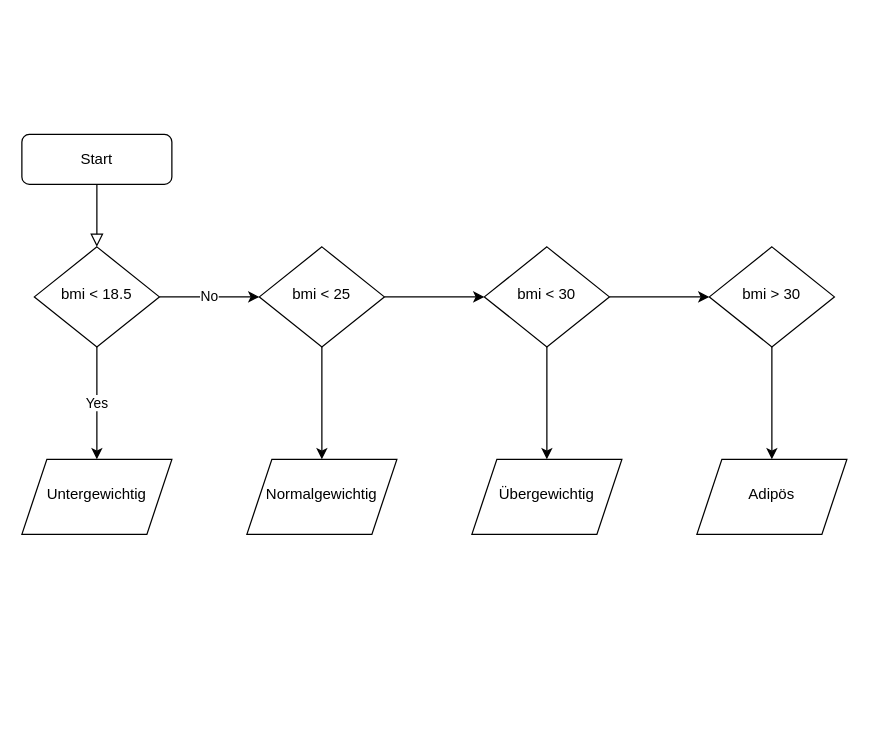
masp2004/pythonProject keeps this draw.io diagram as Unbenanntes Diagramm.drawio. Above is the earlier version. Source tidied: cells renumbered, new cells numbered last; positions are measured from the earlier drawing's top-left corner, leaving out a move shared by most shapes. Both pictures are drawn from the tidied source at 125%, with x=0, y=0 at pixel (21, 134).
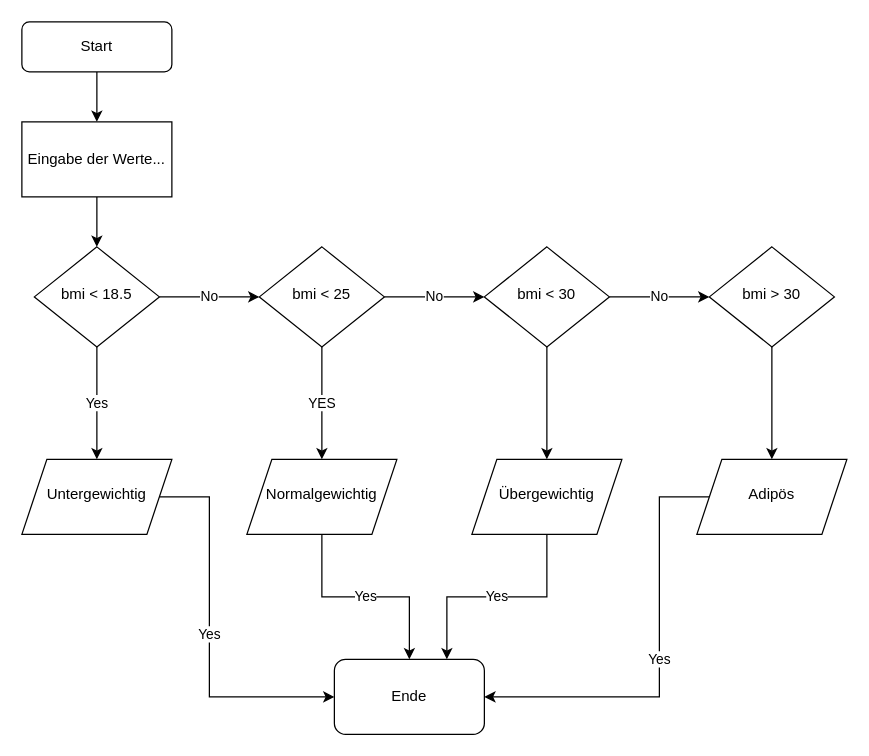
The same page after the edit.

The change refers to these unchanged cells:
```xml
<mxCell id="6" value="bmi &amp;lt; 18.5" style="rhombus;whiteSpace=wrap;html=1;shadow=0;fontFamily=Helvetica;fontSize=12;align=center;strokeWidth=1;spacing=6;spacingTop=-4;" parent="1" vertex="1">
  <mxGeometry x="10" y="90" width="100" height="80" as="geometry" />
</mxCell>
<mxCell id="9" value="bmi &amp;lt; 25" style="rhombus;whiteSpace=wrap;html=1;shadow=0;fontFamily=Helvetica;fontSize=12;align=center;strokeWidth=1;spacing=6;spacingTop=-4;" parent="1" vertex="1">
  <mxGeometry x="190" y="90" width="100" height="80" as="geometry" />
</mxCell>
<mxCell id="10" value="Untergewichtig" style="shape=parallelogram;perimeter=parallelogramPerimeter;whiteSpace=wrap;html=1;fixedSize=1;shadow=0;strokeWidth=1;spacing=6;spacingTop=-4;" parent="1" vertex="1">
  <mxGeometry y="260" width="120" height="60" as="geometry" />
</mxCell>
<mxCell id="11" value="Normalgewichtig" style="shape=parallelogram;perimeter=parallelogramPerimeter;whiteSpace=wrap;html=1;fixedSize=1;shadow=0;strokeWidth=1;spacing=6;spacingTop=-4;" parent="1" vertex="1">
  <mxGeometry x="180" y="260" width="120" height="60" as="geometry" />
</mxCell>
<mxCell id="14" value="bmi &amp;lt; 30" style="rhombus;whiteSpace=wrap;html=1;shadow=0;fontFamily=Helvetica;fontSize=12;align=center;strokeWidth=1;spacing=6;spacingTop=-4;" parent="1" vertex="1">
  <mxGeometry x="370" y="90" width="100" height="80" as="geometry" />
</mxCell>
<mxCell id="15" value="Übergewichtig" style="shape=parallelogram;perimeter=parallelogramPerimeter;whiteSpace=wrap;html=1;fixedSize=1;shadow=0;strokeWidth=1;spacing=6;spacingTop=-4;" parent="1" vertex="1">
  <mxGeometry x="360" y="260" width="120" height="60" as="geometry" />
</mxCell>
<mxCell id="17" value="bmi &amp;gt; 30" style="rhombus;whiteSpace=wrap;html=1;shadow=0;fontFamily=Helvetica;fontSize=12;align=center;strokeWidth=1;spacing=6;spacingTop=-4;" parent="1" vertex="1">
  <mxGeometry x="550" y="90" width="100" height="80" as="geometry" />
</mxCell>
<mxCell id="18" value="Adipös" style="shape=parallelogram;perimeter=parallelogramPerimeter;whiteSpace=wrap;html=1;fixedSize=1;shadow=0;strokeWidth=1;spacing=6;spacingTop=-4;" parent="1" vertex="1">
  <mxGeometry x="540" y="260" width="120" height="60" as="geometry" />
</mxCell>
```

Change to the diagram source:
```diff
@@
-    <mxCell id="2" style="rounded=0;html=1;jettySize=auto;fontSize=11;endArrow=block;endFill=0;endSize=8;strokeWidth=1;shadow=0;labelBackgroundColor=none;edgeStyle=orthogonalEdgeStyle;" parent="1" edge="1" source="3" target="6">
-      <mxGeometry relative="1" as="geometry" />
-    </mxCell>
+    <mxCell id="19" style="edgeStyle=orthogonalEdgeStyle;rounded=0;jettySize=auto;html=1;" parent="1" edge="1" source="3" target="25">
+      <mxGeometry relative="1" as="geometry" />
+    </mxCell>
     <mxCell id="3" value="Start" style="rounded=1;whiteSpace=wrap;html=1;fontSize=12;glass=0;strokeWidth=1;shadow=0;" parent="1" vertex="1">
-      <mxGeometry width="120" height="40" as="geometry" />
+      <mxGeometry y="-90" width="120" height="40" as="geometry" />
     </mxCell>
@@
-    <mxCell id="7" style="edgeStyle=orthogonalEdgeStyle;rounded=0;jettySize=auto;html=1;" parent="1" edge="1" source="9" target="11">
+    <mxCell id="7" value="YES" style="edgeStyle=orthogonalEdgeStyle;rounded=0;jettySize=auto;html=1;" parent="1" edge="1" source="9" target="11">
       <mxGeometry relative="1" as="geometry" />
     </mxCell>
-    <mxCell id="8" style="edgeStyle=orthogonalEdgeStyle;rounded=0;jettySize=auto;html=1;" parent="1" edge="1" source="9" target="14">
+    <mxCell id="8" value="No" style="edgeStyle=orthogonalEdgeStyle;rounded=0;jettySize=auto;html=1;" parent="1" edge="1" source="9" target="14">
       <mxGeometry relative="1" as="geometry" />
     </mxCell>
@@
+    <mxCell id="20" value="Yes" style="edgeStyle=orthogonalEdgeStyle;rounded=0;jettySize=auto;html=1;entryX=0;entryY=0.5;entryDx=0;entryDy=0;" parent="1" edge="1" source="10" target="26">
+      <mxGeometry relative="1" as="geometry">
+        <Array as="points">
+          <mxPoint x="150" y="290" />
+          <mxPoint x="150" y="450" />
+        </Array>
+      </mxGeometry>
+    </mxCell>
@@
+    <mxCell id="21" value="Yes" style="edgeStyle=orthogonalEdgeStyle;rounded=0;jettySize=auto;html=1;" parent="1" edge="1" source="11" target="26">
+      <mxGeometry relative="1" as="geometry" />
+    </mxCell>
@@
-    <mxCell id="13" style="edgeStyle=orthogonalEdgeStyle;rounded=0;jettySize=auto;html=1;" parent="1" edge="1" source="14" target="17">
+    <mxCell id="13" value="No" style="edgeStyle=orthogonalEdgeStyle;rounded=0;jettySize=auto;html=1;" parent="1" edge="1" source="14" target="17">
       <mxGeometry relative="1" as="geometry" />
     </mxCell>
@@
+    <mxCell id="22" value="Yes" style="edgeStyle=orthogonalEdgeStyle;rounded=0;jettySize=auto;html=1;entryX=0.75;entryY=0;entryDx=0;entryDy=0;" parent="1" edge="1" source="15" target="26">
+      <mxGeometry relative="1" as="geometry" />
+    </mxCell>
@@
+    <mxCell id="23" value="Yes" style="edgeStyle=orthogonalEdgeStyle;rounded=0;jettySize=auto;html=1;entryX=1;entryY=0.5;entryDx=0;entryDy=0;" parent="1" edge="1" source="18" target="26">
+      <mxGeometry relative="1" as="geometry">
+        <Array as="points">
+          <mxPoint x="510" y="290" />
+          <mxPoint x="510" y="450" />
+        </Array>
+      </mxGeometry>
+    </mxCell>
@@
+    <mxCell id="24" style="edgeStyle=orthogonalEdgeStyle;rounded=0;jettySize=auto;html=1;" parent="1" edge="1" source="25" target="6">
+      <mxGeometry relative="1" as="geometry" />
+    </mxCell>
+    <mxCell id="25" value="Eingabe der Werte..." style="rounded=0;whiteSpace=wrap;html=1;" parent="1" vertex="1">
+      <mxGeometry y="-10" width="120" height="60" as="geometry" />
+    </mxCell>
+    <mxCell id="26" value="Ende" style="rounded=1;whiteSpace=wrap;html=1;" parent="1" vertex="1">
+      <mxGeometry x="250" y="420" width="120" height="60" as="geometry" />
+    </mxCell>
```
